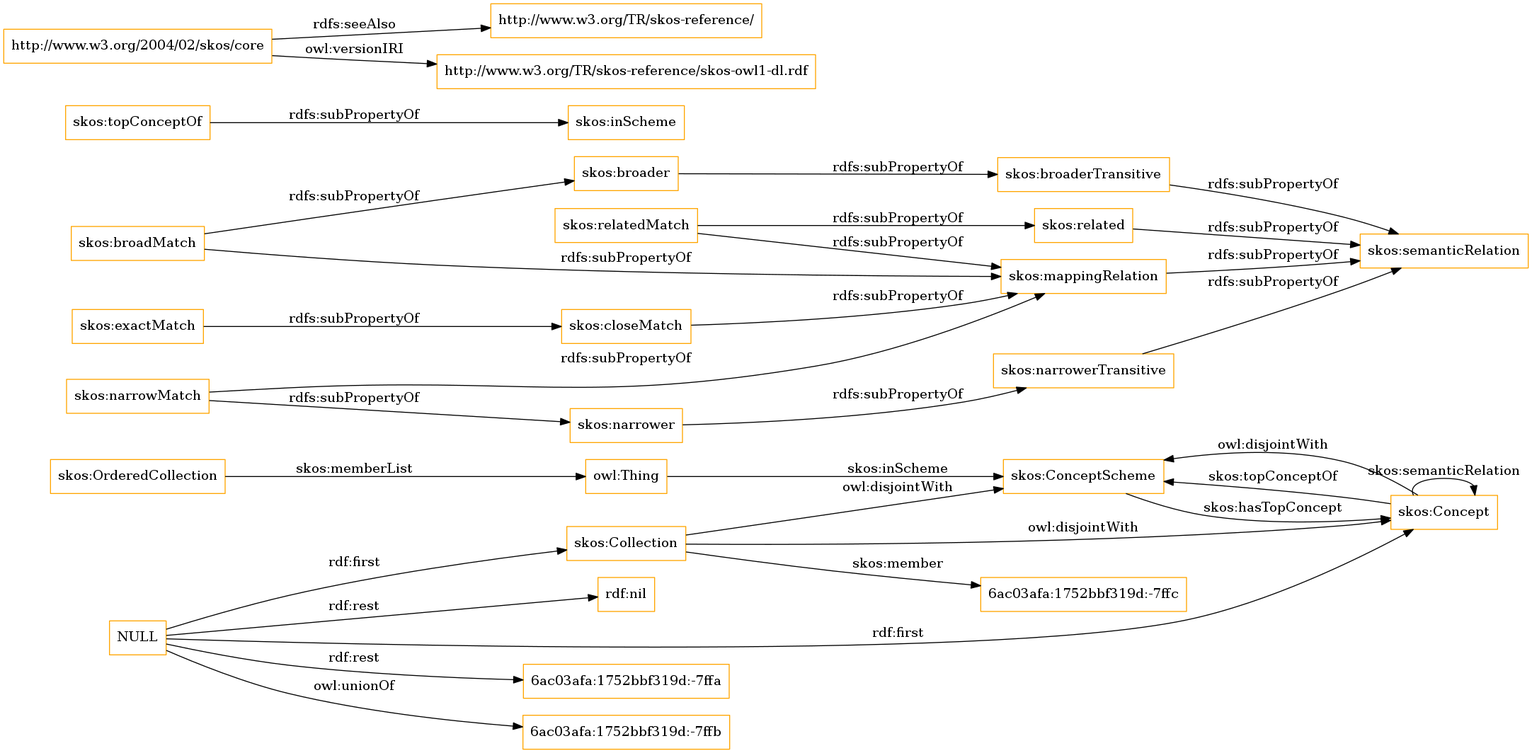
Above: OnToology/imports/skos.owl/diagrams/ar2dtool-class/skos.owl.png in OnToologyUser/core-ontology-1 (Graphviz), before the change. Its source is kept beside it as OnToology/imports/skos.owl/diagrams/ar2dtool-class/skos.owl.png.dot.
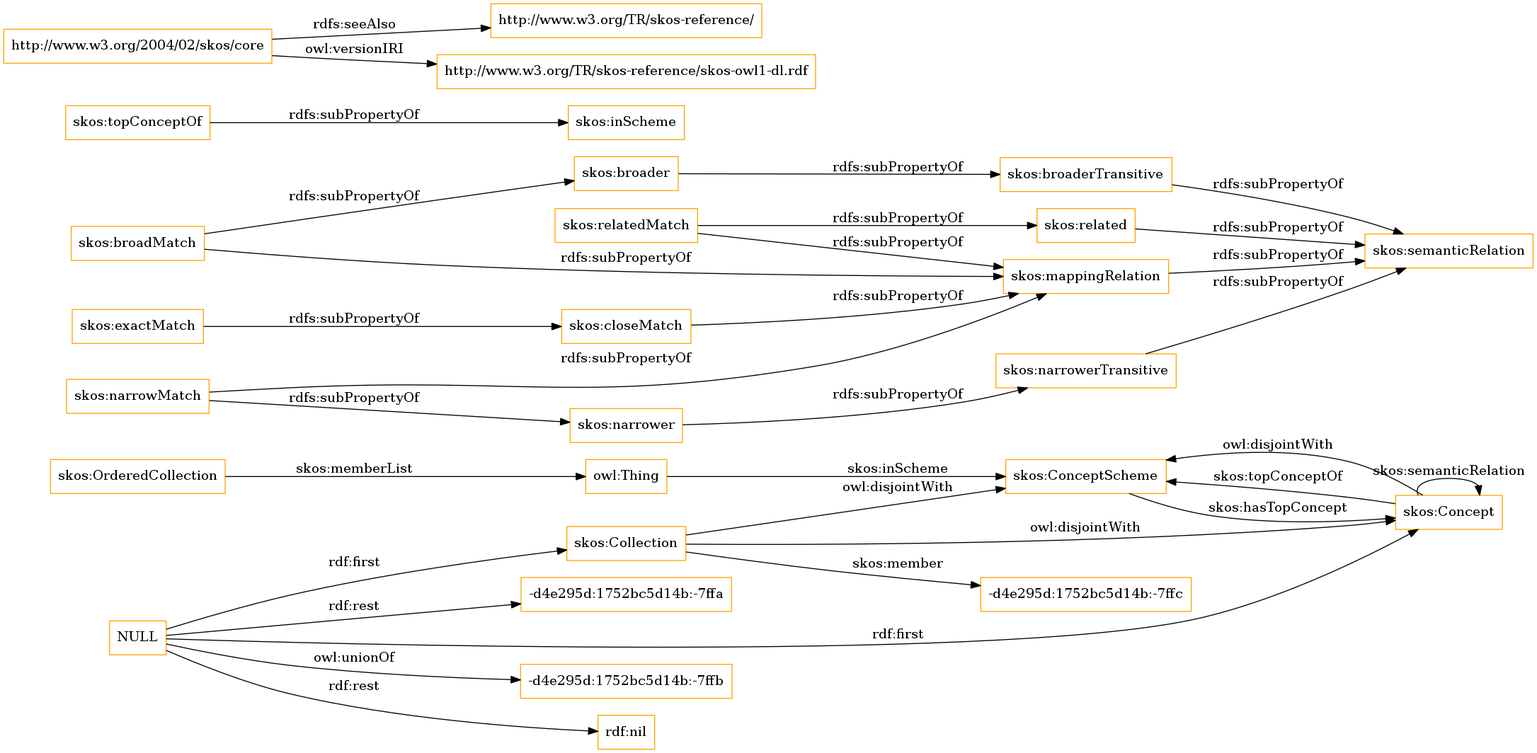
After the change.

Diff of the diagram source:
```diff
@@ -1,13 +1,13 @@
 digraph ar2dtool_diagram {
 rankdir=LR;
 size="1501"
-node [shape = rectangle, color="orange"]; "skos:OrderedCollection" "skos:ConceptScheme" "skos:Concept" "skos:Collection" "6ac03afa:1752bbf319d:-7ffc" ; /*classes style*/
+node [shape = rectangle, color="orange"]; "skos:OrderedCollection" "skos:ConceptScheme" "skos:Concept" "skos:Collection" "-d4e295d:1752bc5d14b:-7ffc" ; /*classes style*/
 	"skos:narrowerTransitive" -> "skos:semanticRelation" [ label = "rdfs:subPropertyOf" ];
-	"NULL" -> "6ac03afa:1752bbf319d:-7ffa" [ label = "rdf:rest" ];
-	"NULL" -> "skos:Collection" [ label = "rdf:first" ];
-	"NULL" -> "6ac03afa:1752bbf319d:-7ffb" [ label = "owl:unionOf" ];
+	"NULL" -> "-d4e295d:1752bc5d14b:-7ffb" [ label = "owl:unionOf" ];
 	"NULL" -> "rdf:nil" [ label = "rdf:rest" ];
 	"NULL" -> "skos:Concept" [ label = "rdf:first" ];
+	"NULL" -> "-d4e295d:1752bc5d14b:-7ffa" [ label = "rdf:rest" ];
+	"NULL" -> "skos:Collection" [ label = "rdf:first" ];
 	"skos:closeMatch" -> "skos:mappingRelation" [ label = "rdfs:subPropertyOf" ];
 	"skos:Concept" -> "skos:ConceptScheme" [ label = "owl:disjointWith" ];
 	"skos:relatedMatch" -> "skos:related" [ label = "rdfs:subPropertyOf" ];
@@ -30,7 +30,7 @@
 	"skos:OrderedCollection" -> "owl:Thing" [ label = "skos:memberList" ];
 	"skos:Concept" -> "skos:ConceptScheme" [ label = "skos:topConceptOf" ];
 	"skos:Concept" -> "skos:Concept" [ label = "skos:semanticRelation" ];
-	"skos:Collection" -> "6ac03afa:1752bbf319d:-7ffc" [ label = "skos:member" ];
+	"skos:Collection" -> "-d4e295d:1752bc5d14b:-7ffc" [ label = "skos:member" ];
 	"skos:ConceptScheme" -> "skos:Concept" [ label = "skos:hasTopConcept" ];
 	"owl:Thing" -> "skos:ConceptScheme" [ label = "skos:inScheme" ];
 
```
